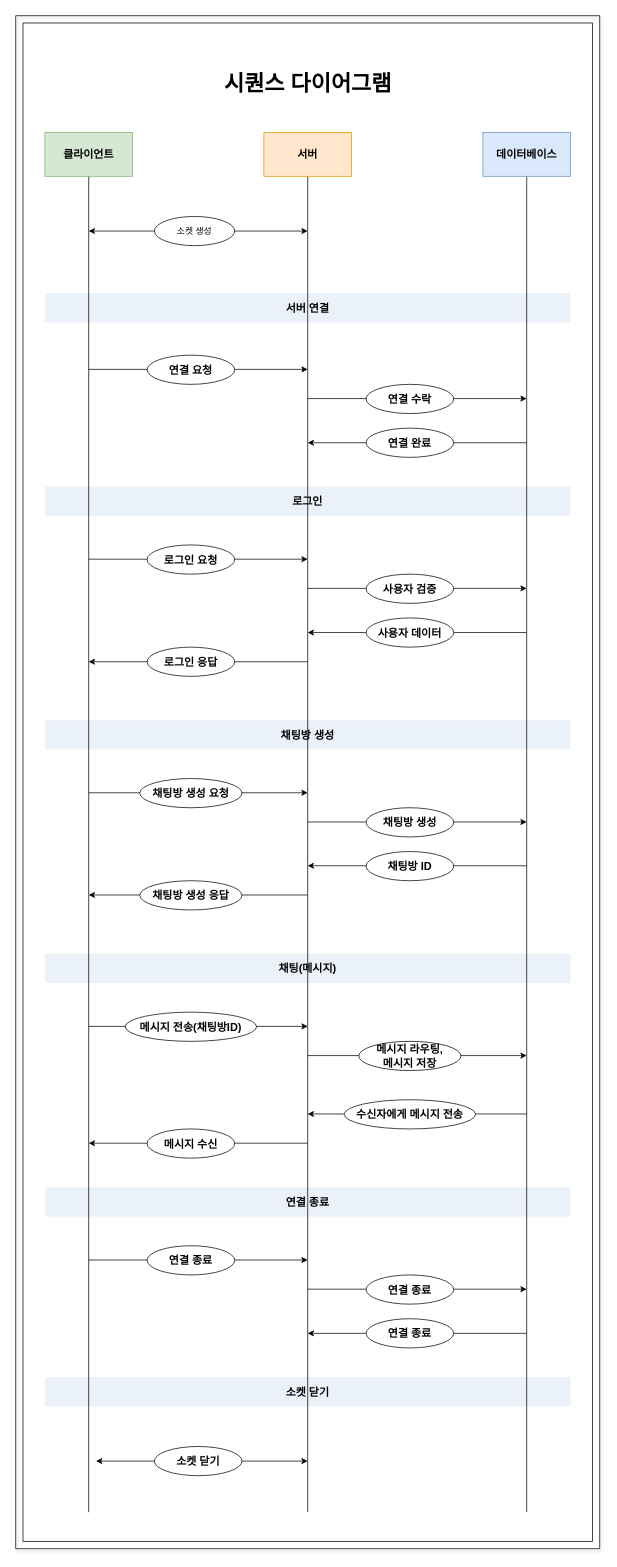
Before: 채팅 소켓통신 다이어그램.drawio in Hyunmin-Kwak-hub/neighbor21, a draw.io diagram. Source tidied: cells renumbered, new cells numbered last; positions are measured from the earlier drawing's top-left corner, leaving out a move shared by most shapes. Both pictures are drawn from the tidied source at 73%, with x=0, y=0 at pixel (15, 15).
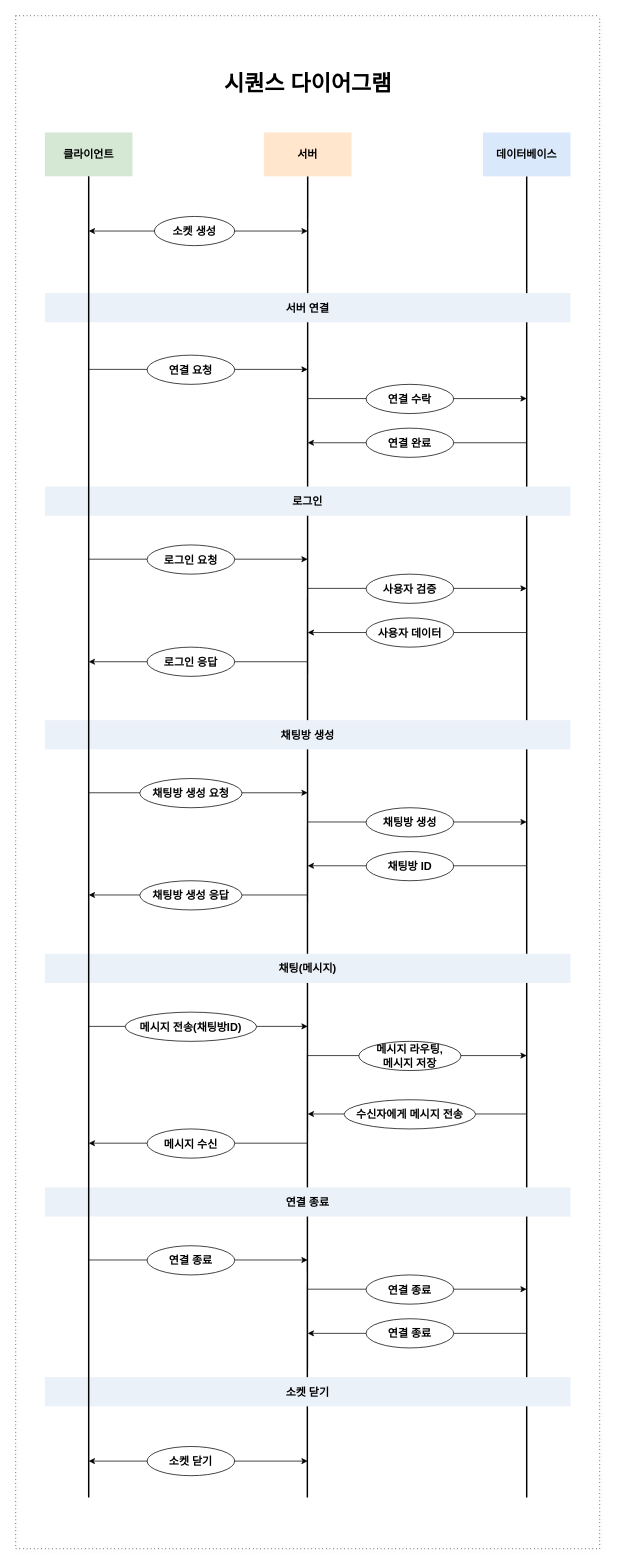
The same page after the edit.

Commit message (it also covers changes not shown here):
채팅 소켓통신 다이어그램.drawio 업데이트

Change to the diagram source:
```diff
@@
-    <mxCell id="2" style="swimlane;startSize=0;fillColor=default;gradientColor=none;rounded=0;glass=0;shadow=1;labelBackgroundColor=none;" parent="1" vertex="1">
+    <mxCell id="2" style="swimlane;startSize=0;fillColor=default;gradientColor=none;rounded=0;glass=0;shadow=1;labelBackgroundColor=none;dashed=1;dashPattern=1 4;" parent="1" vertex="1">
       <mxGeometry width="800" height="2100" as="geometry" />
     </mxCell>
-    <mxCell id="3" style="rounded=0;whiteSpace=wrap;html=1;" parent="2" vertex="1">
+    <mxCell id="3" style="rounded=0;whiteSpace=wrap;html=1;strokeColor=none;" parent="2" vertex="1">
       <mxGeometry x="10" y="10" width="780" height="2080" as="geometry" />
     </mxCell>
@@
-    <mxCell id="42" value="소켓 생성" style="ellipse;whiteSpace=wrap;html=1;" parent="2" vertex="1">
+    <mxCell id="42" value="소켓 생성" style="ellipse;whiteSpace=wrap;html=1;fontStyle=1;fontSize=15;" parent="2" vertex="1">
       <mxGeometry x="190" y="275" width="110" height="40" as="geometry" />
     </mxCell>
+    <mxCell id="56" style="endArrow=classic;startArrow=classic;html=1;rounded=0;" parent="2" edge="1">
+      <mxGeometry relative="1" as="geometry">
+        <mxPoint x="100" y="1980" as="sourcePoint" />
+        <mxPoint x="400" y="1980" as="targetPoint" />
+      </mxGeometry>
+    </mxCell>
+    <mxCell id="58" style="endArrow=none;html=1;rounded=0;entryX=0.5;entryY=1;entryDx=0;entryDy=0;strokeWidth=2;" parent="2" edge="1" target="54">
+      <mxGeometry relative="1" as="geometry">
+        <mxPoint x="399.5" y="2030" as="sourcePoint" />
+      </mxGeometry>
+    </mxCell>
+    <mxCell id="59" style="endArrow=none;html=1;rounded=0;entryX=0.5;entryY=1;entryDx=0;entryDy=0;strokeWidth=2;" parent="2" edge="1" target="53">
+      <mxGeometry relative="1" as="geometry">
+        <mxPoint x="700" y="2030" as="sourcePoint" />
+      </mxGeometry>
+    </mxCell>
@@
-    <mxCell id="49" style="endArrow=none;html=1;rounded=0;entryX=0.5;entryY=1;entryDx=0;entryDy=0;labelBackgroundColor=none;fontSize=15;fontStyle=1;" parent="1" edge="1" target="52">
-      <mxGeometry relative="1" as="geometry">
-        <mxPoint x="100" y="2050" as="sourcePoint" />
-      </mxGeometry>
-    </mxCell>
-    <mxCell id="50" style="endArrow=none;html=1;rounded=0;entryX=0.5;entryY=1;entryDx=0;entryDy=0;labelBackgroundColor=none;fontSize=15;fontStyle=1;" parent="1" edge="1" target="54">
-      <mxGeometry relative="1" as="geometry">
-        <mxPoint x="400" y="2050" as="sourcePoint" />
-      </mxGeometry>
-    </mxCell>
-    <mxCell id="51" style="endArrow=none;html=1;rounded=0;entryX=0.5;entryY=1;entryDx=0;entryDy=0;labelBackgroundColor=none;fontSize=15;fontStyle=1;" parent="1" edge="1" target="53">
-      <mxGeometry relative="1" as="geometry">
-        <mxPoint x="700" y="2050" as="sourcePoint" />
-      </mxGeometry>
-    </mxCell>
+    <mxCell id="57" value="소켓 닫기" style="ellipse;whiteSpace=wrap;html=1;labelBackgroundColor=none;fontSize=15;fontStyle=1;" parent="2" vertex="1">
+      <mxGeometry x="180" y="1960" width="120" height="40" as="geometry" />
+    </mxCell>
-    <mxCell id="52" value="클라이언트" style="rounded=0;whiteSpace=wrap;html=1;fillColor=#d5e8d4;strokeColor=#82b366;labelBackgroundColor=none;fontSize=15;fontStyle=1;" parent="1" vertex="1">
+    <mxCell id="52" value="클라이언트" style="rounded=0;whiteSpace=wrap;html=1;fillColor=#d5e8d4;strokeColor=none;labelBackgroundColor=none;fontSize=15;fontStyle=1;" parent="1" vertex="1">
       <mxGeometry x="40" y="160" width="120" height="60" as="geometry" />
     </mxCell>
-    <mxCell id="53" value="데이터베이스" style="rounded=0;whiteSpace=wrap;html=1;fillColor=#dae8fc;strokeColor=#6c8ebf;labelBackgroundColor=none;fontSize=15;fontStyle=1;" parent="1" vertex="1">
+    <mxCell id="53" value="데이터베이스" style="rounded=0;whiteSpace=wrap;html=1;fillColor=#dae8fc;strokeColor=none;labelBackgroundColor=none;fontSize=15;fontStyle=1;" parent="1" vertex="1">
       <mxGeometry x="640" y="160" width="120" height="60" as="geometry" />
     </mxCell>
-    <mxCell id="54" value="서버" style="rounded=0;whiteSpace=wrap;html=1;fillColor=#ffe6cc;strokeColor=#d79b00;labelBackgroundColor=none;fontSize=15;fontStyle=1;" parent="1" vertex="1">
+    <mxCell id="54" value="서버" style="rounded=0;whiteSpace=wrap;html=1;fillColor=#ffe6cc;strokeColor=none;labelBackgroundColor=none;fontSize=15;fontStyle=1;" parent="1" vertex="1">
       <mxGeometry x="340" y="160" width="120" height="60" as="geometry" />
     </mxCell>
@@
-    <mxCell id="56" style="endArrow=classic;startArrow=classic;html=1;rounded=0;" parent="1" edge="1">
-      <mxGeometry relative="1" as="geometry">
-        <mxPoint x="110" y="1980" as="sourcePoint" />
-        <mxPoint x="400" y="1980" as="targetPoint" />
-      </mxGeometry>
-    </mxCell>
-    <mxCell id="57" value="소켓 닫기" style="ellipse;whiteSpace=wrap;html=1;labelBackgroundColor=none;fontSize=15;fontStyle=1;" parent="1" vertex="1">
-      <mxGeometry x="190" y="1960" width="120" height="40" as="geometry" />
-    </mxCell>
+    <mxCell id="60" style="endArrow=none;html=1;rounded=0;entryX=0.5;entryY=1;entryDx=0;entryDy=0;strokeWidth=2;" parent="1" edge="1" target="52">
+      <mxGeometry relative="1" as="geometry">
+        <mxPoint x="100" y="2030" as="sourcePoint" />
+      </mxGeometry>
+    </mxCell>
```
